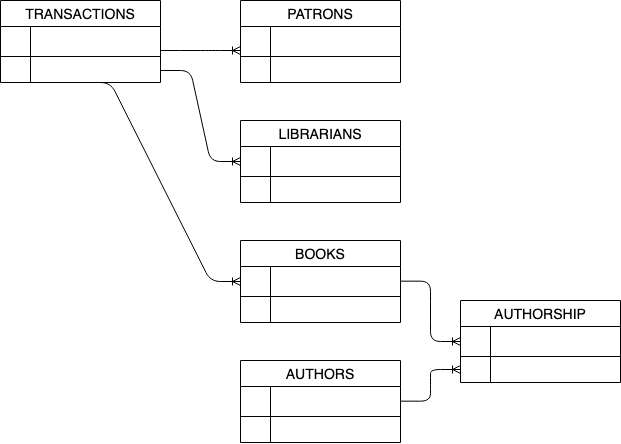
This is localimages/er4.png from jkropko/DS-6001, a draw.io export, as it was before one commit. Source tidied: cells renumbered, new cells last; positions are measured from the earlier drawing's top-left corner, leaving out a move shared by most shapes. Its diagram source:
```xml
<mxGraphModel>
  <root>
    <mxCell id="0" />
    <mxCell id="1" parent="0" />
    <mxCell id="2" value="PATRONS" style="swimlane;fontStyle=0;horizontal=1;startSize=26;align=center;fontSize=14;fillColor=none;" parent="1" vertex="1">
      <mxGeometry x="240" width="160" height="82" as="geometry" />
    </mxCell>
    <mxCell id="3" style="shape=partialRectangle;top=0;left=0;right=0;bottom=1;align=left;verticalAlign=middle;fillColor=none;spacingLeft=34;spacingRight=4;overflow=hidden;points=[[0,0.5],[1,0.5]];portConstraint=eastwest;fontStyle=5;fontSize=12;" parent="2" vertex="1">
      <mxGeometry y="26" width="160" height="30" as="geometry" />
    </mxCell>
    <mxCell id="4" style="shape=partialRectangle;top=0;left=0;bottom=0;fillColor=none;align=left;verticalAlign=middle;spacingLeft=4;spacingRight=4;overflow=hidden;fontSize=12;" parent="3" vertex="1">
      <mxGeometry width="30" height="30" as="geometry" />
    </mxCell>
    <mxCell id="5" style="shape=partialRectangle;top=0;left=0;right=0;bottom=0;align=left;verticalAlign=top;fillColor=none;spacingLeft=34;spacingRight=4;overflow=hidden;fontSize=12;" parent="2" vertex="1">
      <mxGeometry y="56" width="160" height="26" as="geometry" />
    </mxCell>
    <mxCell id="6" style="shape=partialRectangle;top=0;left=0;bottom=0;fillColor=none;align=left;verticalAlign=top;spacingLeft=4;spacingRight=4;overflow=hidden;fontSize=12;" parent="5" vertex="1">
      <mxGeometry width="30" height="26" as="geometry" />
    </mxCell>
    <mxCell id="7" value="TRANSACTIONS" style="swimlane;fontStyle=0;horizontal=1;startSize=26;align=center;fontSize=14;fillColor=none;" parent="1" vertex="1">
      <mxGeometry width="160" height="82" as="geometry" />
    </mxCell>
    <mxCell id="8" style="shape=partialRectangle;top=0;left=0;right=0;bottom=1;align=left;verticalAlign=middle;fillColor=none;spacingLeft=34;spacingRight=4;overflow=hidden;fontStyle=5;fontSize=12;" parent="7" vertex="1">
      <mxGeometry y="26" width="160" height="30" as="geometry" />
    </mxCell>
    <mxCell id="9" style="shape=partialRectangle;top=0;left=0;bottom=0;fillColor=none;align=left;verticalAlign=middle;spacingLeft=4;spacingRight=4;overflow=hidden;fontSize=12;" parent="8" vertex="1">
      <mxGeometry width="30" height="30" as="geometry" />
    </mxCell>
    <mxCell id="10" style="shape=partialRectangle;top=0;left=0;right=0;bottom=0;align=left;verticalAlign=top;fillColor=none;spacingLeft=34;spacingRight=4;overflow=hidden;fontSize=12;" parent="7" vertex="1">
      <mxGeometry y="56" width="160" height="26" as="geometry" />
    </mxCell>
    <mxCell id="11" style="shape=partialRectangle;top=0;left=0;bottom=0;fillColor=none;align=left;verticalAlign=top;spacingLeft=4;spacingRight=4;overflow=hidden;fontSize=12;" parent="10" vertex="1">
      <mxGeometry width="30" height="26" as="geometry" />
    </mxCell>
    <mxCell id="12" value="LIBRARIANS" style="swimlane;fontStyle=0;horizontal=1;startSize=26;align=center;fontSize=14;fillColor=none;" parent="1" vertex="1">
      <mxGeometry x="240" y="120" width="160" height="82" as="geometry" />
    </mxCell>
    <mxCell id="13" style="shape=partialRectangle;top=0;left=0;right=0;bottom=1;align=left;verticalAlign=middle;fillColor=none;spacingLeft=34;spacingRight=4;overflow=hidden;points=[[0,0.5],[1,0.5]];portConstraint=eastwest;fontStyle=5;fontSize=12;" parent="12" vertex="1">
      <mxGeometry y="26" width="160" height="30" as="geometry" />
    </mxCell>
    <mxCell id="14" style="shape=partialRectangle;top=0;left=0;bottom=0;fillColor=none;align=left;verticalAlign=middle;spacingLeft=4;spacingRight=4;overflow=hidden;fontSize=12;" parent="13" vertex="1">
      <mxGeometry width="30" height="30" as="geometry" />
    </mxCell>
    <mxCell id="15" style="shape=partialRectangle;top=0;left=0;right=0;bottom=0;align=left;verticalAlign=top;fillColor=none;spacingLeft=34;spacingRight=4;overflow=hidden;fontSize=12;" parent="12" vertex="1">
      <mxGeometry y="56" width="160" height="26" as="geometry" />
    </mxCell>
    <mxCell id="16" style="shape=partialRectangle;top=0;left=0;bottom=0;fillColor=none;align=left;verticalAlign=top;spacingLeft=4;spacingRight=4;overflow=hidden;fontSize=12;" parent="15" vertex="1">
      <mxGeometry width="30" height="26" as="geometry" />
    </mxCell>
    <mxCell id="17" value="BOOKS" style="swimlane;fontStyle=0;horizontal=1;startSize=26;align=center;fontSize=14;fillColor=none;" parent="1" vertex="1">
      <mxGeometry x="240" y="240" width="160" height="82" as="geometry" />
    </mxCell>
    <mxCell id="18" style="shape=partialRectangle;top=0;left=0;right=0;bottom=1;align=left;verticalAlign=middle;fillColor=none;spacingLeft=34;spacingRight=4;overflow=hidden;points=[[0,0.5],[1,0.5]];portConstraint=eastwest;fontStyle=5;fontSize=12;" parent="17" vertex="1">
      <mxGeometry y="26" width="160" height="30" as="geometry" />
    </mxCell>
    <mxCell id="19" style="shape=partialRectangle;top=0;left=0;bottom=0;fillColor=none;align=left;verticalAlign=middle;spacingLeft=4;spacingRight=4;overflow=hidden;fontSize=12;" parent="18" vertex="1">
      <mxGeometry width="30" height="30" as="geometry" />
    </mxCell>
    <mxCell id="20" style="shape=partialRectangle;top=0;left=0;right=0;bottom=0;align=left;verticalAlign=top;fillColor=none;spacingLeft=34;spacingRight=4;overflow=hidden;fontSize=12;" parent="17" vertex="1">
      <mxGeometry y="56" width="160" height="26" as="geometry" />
    </mxCell>
    <mxCell id="21" style="shape=partialRectangle;top=0;left=0;bottom=0;fillColor=none;align=left;verticalAlign=top;spacingLeft=4;spacingRight=4;overflow=hidden;fontSize=12;" parent="20" vertex="1">
      <mxGeometry width="30" height="26" as="geometry" />
    </mxCell>
    <mxCell id="22" style="edgeStyle=entityRelationEdgeStyle;fontSize=12;html=1;endArrow=ERoneToMany;entryX=0;entryY=0.5;entryDx=0;entryDy=0;exitX=0;exitY=0.5;exitDx=0;exitDy=0;" parent="17" edge="1" target="18">
      <mxGeometry relative="1" as="geometry">
        <mxPoint x="-160" y="-158" as="sourcePoint" />
      </mxGeometry>
    </mxCell>
    <mxCell id="23" style="edgeStyle=entityRelationEdgeStyle;fontSize=12;html=1;endArrow=ERoneToMany;entryX=0;entryY=0.8;entryDx=0;entryDy=0;entryPerimeter=0;" parent="1" edge="1" target="3">
      <mxGeometry relative="1" as="geometry">
        <mxPoint x="160" y="50" as="sourcePoint" />
      </mxGeometry>
    </mxCell>
    <mxCell id="24" style="edgeStyle=entityRelationEdgeStyle;fontSize=12;html=1;endArrow=ERoneToMany;entryX=0;entryY=0.5;entryDx=0;entryDy=0;" parent="1" edge="1" target="13">
      <mxGeometry relative="1" as="geometry">
        <mxPoint x="160" y="70" as="sourcePoint" />
      </mxGeometry>
    </mxCell>
    <mxCell id="25" style="edgeStyle=entityRelationEdgeStyle;fontSize=12;html=1;endArrow=ERoneToMany;entryX=0;entryY=0.5;entryDx=0;entryDy=0;" parent="1" edge="1" target="32">
      <mxGeometry relative="1" as="geometry">
        <mxPoint x="400" y="280.7" as="sourcePoint" />
      </mxGeometry>
    </mxCell>
    <mxCell id="26" value="AUTHORS" style="swimlane;fontStyle=0;horizontal=1;startSize=26;align=center;fontSize=14;fillColor=none;" parent="1" vertex="1">
      <mxGeometry x="240" y="360" width="160" height="82" as="geometry" />
    </mxCell>
    <mxCell id="27" style="shape=partialRectangle;top=0;left=0;right=0;bottom=1;align=left;verticalAlign=middle;fillColor=none;spacingLeft=34;spacingRight=4;overflow=hidden;fontStyle=5;fontSize=12;" parent="26" vertex="1">
      <mxGeometry y="26" width="160" height="30" as="geometry" />
    </mxCell>
    <mxCell id="28" style="shape=partialRectangle;top=0;left=0;bottom=0;fillColor=none;align=left;verticalAlign=middle;spacingLeft=4;spacingRight=4;overflow=hidden;fontSize=12;" parent="27" vertex="1">
      <mxGeometry width="30" height="30" as="geometry" />
    </mxCell>
    <mxCell id="29" style="shape=partialRectangle;top=0;left=0;right=0;bottom=0;align=left;verticalAlign=top;fillColor=none;spacingLeft=34;spacingRight=4;overflow=hidden;fontSize=12;" parent="26" vertex="1">
      <mxGeometry y="56" width="160" height="26" as="geometry" />
    </mxCell>
    <mxCell id="30" style="shape=partialRectangle;top=0;left=0;bottom=0;fillColor=none;align=left;verticalAlign=top;spacingLeft=4;spacingRight=4;overflow=hidden;fontSize=12;" parent="29" vertex="1">
      <mxGeometry width="30" height="26" as="geometry" />
    </mxCell>
    <mxCell id="31" value="AUTHORSHIP" style="swimlane;fontStyle=0;horizontal=1;startSize=26;align=center;fontSize=14;fillColor=none;" parent="1" vertex="1">
      <mxGeometry x="460" y="300" width="160" height="82" as="geometry" />
    </mxCell>
    <mxCell id="32" style="shape=partialRectangle;top=0;left=0;right=0;bottom=1;align=left;verticalAlign=middle;fillColor=none;spacingLeft=34;spacingRight=4;overflow=hidden;points=[[0,0.5],[1,0.5]];portConstraint=eastwest;fontStyle=5;fontSize=12;" parent="31" vertex="1">
      <mxGeometry y="26" width="160" height="30" as="geometry" />
    </mxCell>
    <mxCell id="33" style="shape=partialRectangle;top=0;left=0;bottom=0;fillColor=none;align=left;verticalAlign=middle;spacingLeft=4;spacingRight=4;overflow=hidden;fontSize=12;" parent="32" vertex="1">
      <mxGeometry width="30" height="30" as="geometry" />
    </mxCell>
    <mxCell id="34" style="shape=partialRectangle;top=0;left=0;right=0;bottom=0;align=left;verticalAlign=top;fillColor=none;spacingLeft=34;spacingRight=4;overflow=hidden;points=[[0,0.5],[1,0.5]];portConstraint=eastwest;fontSize=12;" parent="31" vertex="1">
      <mxGeometry y="56" width="160" height="26" as="geometry" />
    </mxCell>
    <mxCell id="35" style="shape=partialRectangle;top=0;left=0;bottom=0;fillColor=none;align=left;verticalAlign=top;spacingLeft=4;spacingRight=4;overflow=hidden;fontSize=12;" parent="34" vertex="1">
      <mxGeometry width="30" height="26" as="geometry" />
    </mxCell>
    <mxCell id="36" style="edgeStyle=entityRelationEdgeStyle;fontSize=12;html=1;endArrow=ERoneToMany;entryX=0;entryY=0.5;entryDx=0;entryDy=0;" parent="1" edge="1" target="34">
      <mxGeometry relative="1" as="geometry">
        <mxPoint x="400" y="400.7" as="sourcePoint" />
      </mxGeometry>
    </mxCell>
  </root>
</mxGraphModel>
```
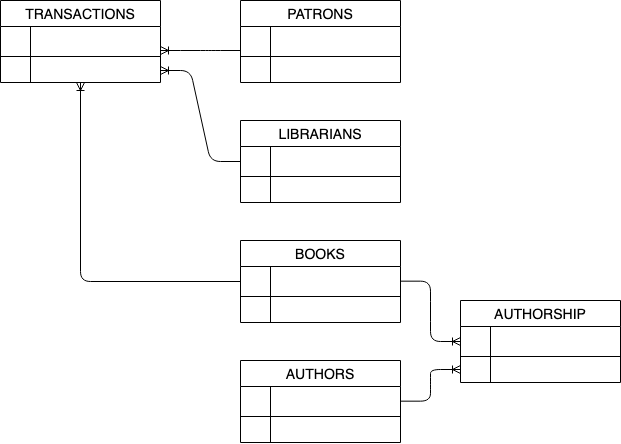
After the change.

Change to the diagram source:
```diff
@@ -17,6 +17,11 @@
     <mxCell id="6" style="shape=partialRectangle;top=0;left=0;bottom=0;fillColor=none;align=left;verticalAlign=top;spacingLeft=4;spacingRight=4;overflow=hidden;fontSize=12;" parent="5" vertex="1">
       <mxGeometry width="30" height="26" as="geometry" />
     </mxCell>
+    <mxCell id="23" style="edgeStyle=entityRelationEdgeStyle;fontSize=12;html=1;endArrow=none;entryX=0;entryY=0.8;entryDx=0;entryDy=0;entryPerimeter=0;exitX=0;exitY=0.8;exitDx=0;exitDy=0;exitPerimeter=0;startArrow=ERoneToMany;startFill=0;endFill=0;" parent="2" edge="1" target="3">
+      <mxGeometry relative="1" as="geometry">
+        <mxPoint x="-80" y="50" as="sourcePoint" />
+      </mxGeometry>
+    </mxCell>
     <mxCell id="7" value="TRANSACTIONS" style="swimlane;fontStyle=0;horizontal=1;startSize=26;align=center;fontSize=14;fillColor=none;" parent="1" vertex="1">
       <mxGeometry width="160" height="82" as="geometry" />
     </mxCell>
@@ -62,17 +67,12 @@
     <mxCell id="21" style="shape=partialRectangle;top=0;left=0;bottom=0;fillColor=none;align=left;verticalAlign=top;spacingLeft=4;spacingRight=4;overflow=hidden;fontSize=12;" parent="20" vertex="1">
       <mxGeometry width="30" height="26" as="geometry" />
     </mxCell>
-    <mxCell id="22" style="edgeStyle=entityRelationEdgeStyle;fontSize=12;html=1;endArrow=ERoneToMany;entryX=0;entryY=0.5;entryDx=0;entryDy=0;exitX=0;exitY=0.5;exitDx=0;exitDy=0;" parent="17" edge="1" target="18">
+    <mxCell id="22" style="edgeStyle=orthogonalEdgeStyle;fontSize=12;html=1;endArrow=none;entryX=0;entryY=0.5;entryDx=0;entryDy=0;exitX=0;exitY=0.5;exitDx=0;exitDy=0;startArrow=ERoneToMany;startFill=0;endFill=0;" parent="17" edge="1" target="18">
       <mxGeometry relative="1" as="geometry">
         <mxPoint x="-160" y="-158" as="sourcePoint" />
       </mxGeometry>
     </mxCell>
-    <mxCell id="23" style="edgeStyle=entityRelationEdgeStyle;fontSize=12;html=1;endArrow=ERoneToMany;entryX=0;entryY=0.8;entryDx=0;entryDy=0;entryPerimeter=0;" parent="1" edge="1" target="3">
-      <mxGeometry relative="1" as="geometry">
-        <mxPoint x="160" y="50" as="sourcePoint" />
-      </mxGeometry>
-    </mxCell>
-    <mxCell id="24" style="edgeStyle=entityRelationEdgeStyle;fontSize=12;html=1;endArrow=ERoneToMany;entryX=0;entryY=0.5;entryDx=0;entryDy=0;" parent="1" edge="1" target="13">
+    <mxCell id="24" style="edgeStyle=entityRelationEdgeStyle;fontSize=12;html=1;endArrow=none;entryX=0;entryY=0.5;entryDx=0;entryDy=0;startArrow=ERoneToMany;startFill=0;endFill=0;" parent="1" edge="1" target="13">
       <mxGeometry relative="1" as="geometry">
         <mxPoint x="160" y="70" as="sourcePoint" />
       </mxGeometry>
```
